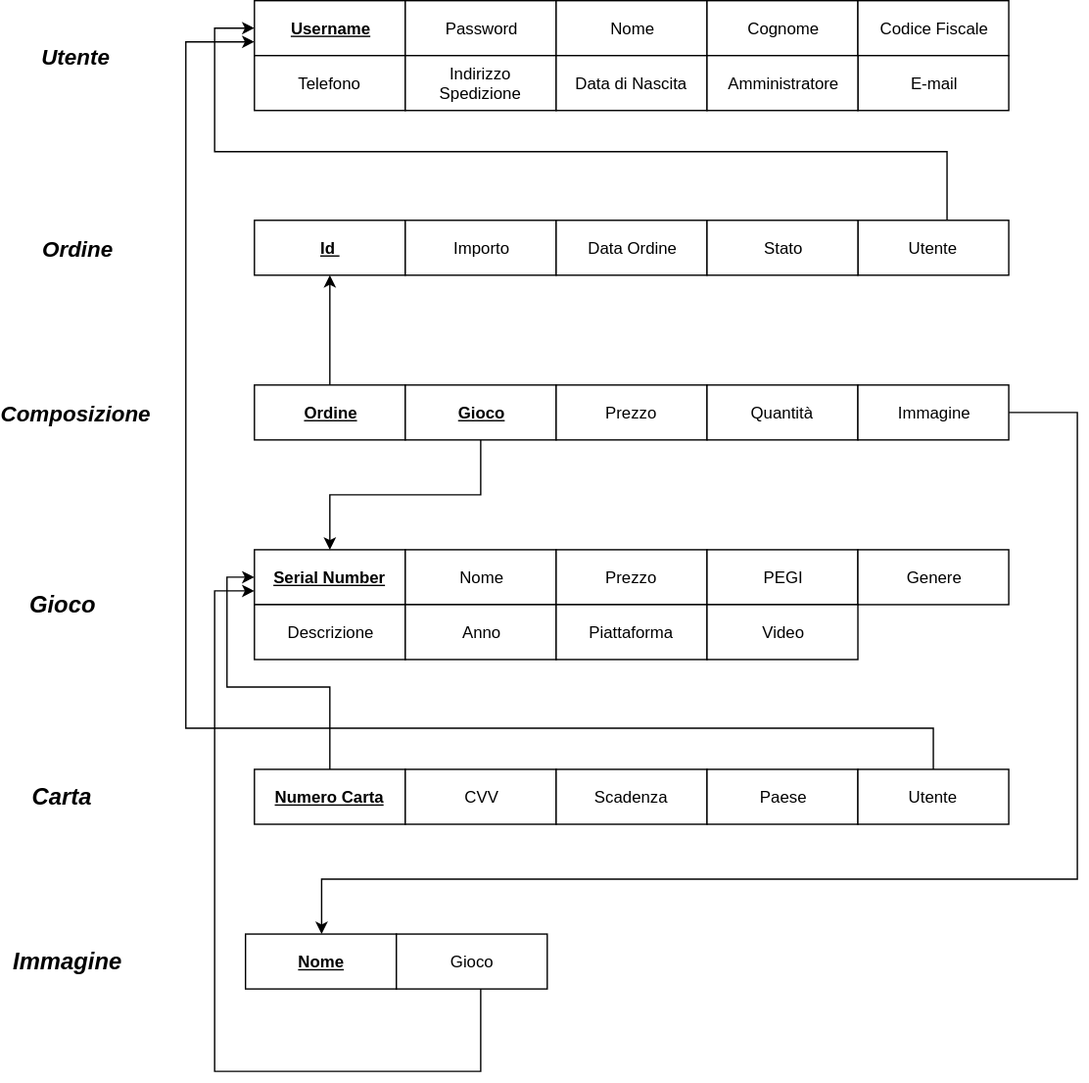
The draw.io diagram Work in progress/SDD/Gestione dati persistenti/Schema Logico v1.0.svg in cosimob28/GamesHub, before a commit. Source tidied: cells renumbered, new cells last; positions are measured from the earlier drawing's top-left corner, leaving out a move shared by most shapes.
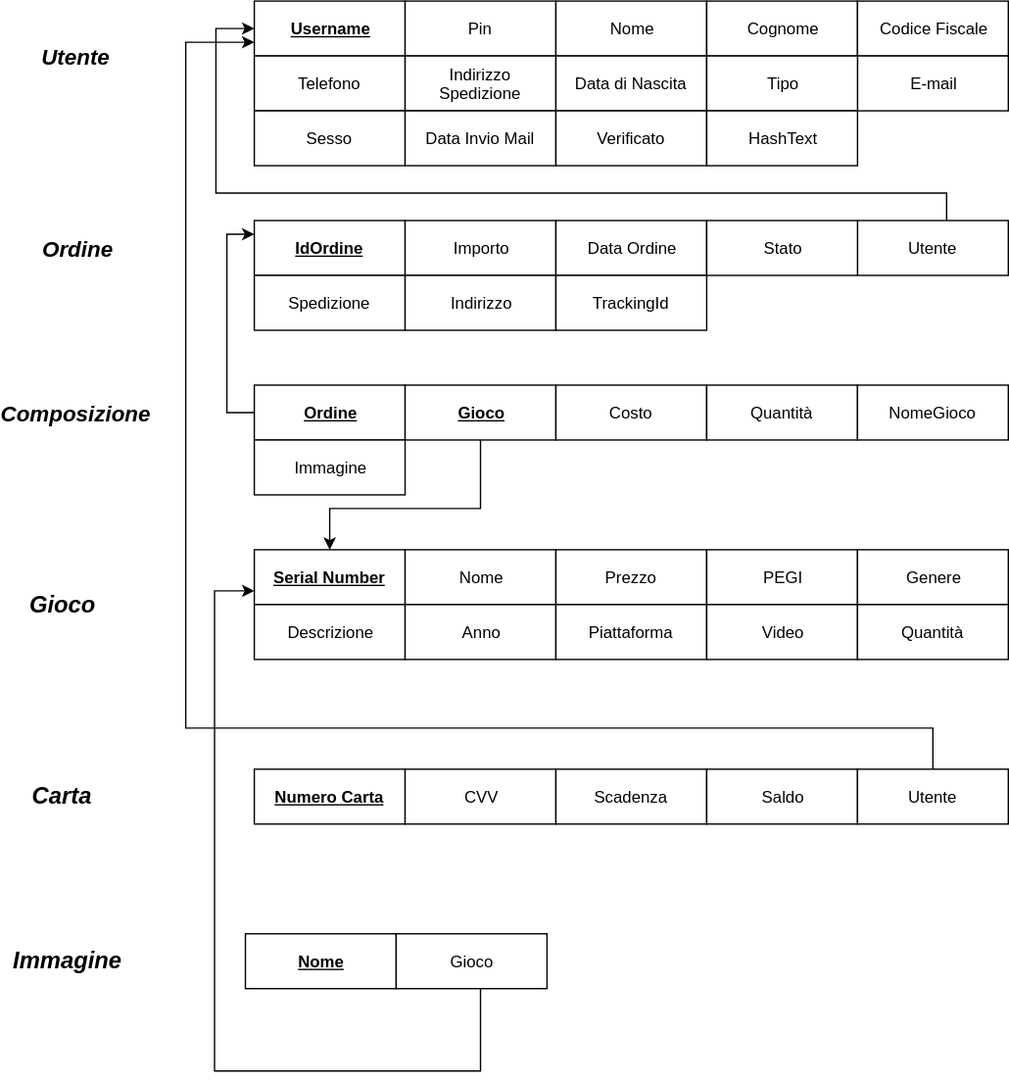
Above is the later version.

The edit, as a diff of the source:
```diff
@@ -8,7 +8,7 @@
     <mxCell id="3" value="&lt;font size=&quot;1&quot;&gt;&lt;b&gt;&lt;i style=&quot;font-size: 16px&quot;&gt;Utente&lt;/i&gt;&lt;/b&gt;&lt;/font&gt;" style="text;html=1;strokeColor=none;fillColor=none;align=center;verticalAlign=middle;whiteSpace=wrap;rounded=0;" parent="1" vertex="1">
       <mxGeometry y="30" width="60" height="20" as="geometry" />
     </mxCell>
-    <mxCell id="4" value="Password" style="rounded=0;whiteSpace=wrap;html=1;" parent="1" vertex="1">
+    <mxCell id="4" value="Pin" style="rounded=0;whiteSpace=wrap;html=1;" parent="1" vertex="1">
       <mxGeometry x="270" width="110" height="40" as="geometry" />
     </mxCell>
     <mxCell id="5" value="Nome" style="rounded=0;whiteSpace=wrap;html=1;" parent="1" vertex="1">
@@ -32,10 +32,10 @@
     <mxCell id="11" value="Data di Nascita" style="rounded=0;whiteSpace=wrap;html=1;" parent="1" vertex="1">
       <mxGeometry x="380" y="40" width="110" height="40" as="geometry" />
     </mxCell>
-    <mxCell id="12" value="Amministratore" style="rounded=0;whiteSpace=wrap;html=1;" parent="1" vertex="1">
+    <mxCell id="12" value="Tipo" style="rounded=0;whiteSpace=wrap;html=1;" parent="1" vertex="1">
       <mxGeometry x="490" y="40" width="110" height="40" as="geometry" />
     </mxCell>
-    <mxCell id="13" value="&lt;b&gt;&lt;u&gt;Id&amp;nbsp;&lt;/u&gt;&lt;/b&gt;" style="rounded=0;whiteSpace=wrap;html=1;" parent="1" vertex="1">
+    <mxCell id="13" value="&lt;b&gt;&lt;u&gt;IdOrdine&lt;/u&gt;&lt;/b&gt;" style="rounded=0;whiteSpace=wrap;html=1;" parent="1" vertex="1">
       <mxGeometry x="160" y="160" width="110" height="40" as="geometry" />
     </mxCell>
     <mxCell id="14" value="Importo" style="rounded=0;whiteSpace=wrap;html=1;" parent="1" vertex="1">
@@ -47,19 +47,29 @@
     <mxCell id="16" value="&lt;font style=&quot;font-size: 16px&quot;&gt;&lt;b&gt;&lt;i&gt;Ordine&lt;/i&gt;&lt;/b&gt;&lt;/font&gt;" style="text;html=1;strokeColor=none;fillColor=none;align=center;verticalAlign=middle;whiteSpace=wrap;rounded=0;" parent="1" vertex="1">
       <mxGeometry x="10" y="170" width="40" height="20" as="geometry" />
     </mxCell>
-    <mxCell id="17" style="edgeStyle=orthogonalEdgeStyle;rounded=0;html=1;entryX=0.5;entryY=1;jettySize=auto;" parent="1" edge="1" source="18" target="13">
-      <mxGeometry relative="1" as="geometry" />
+    <mxCell id="17" style="edgeStyle=orthogonalEdgeStyle;rounded=0;html=1;entryX=0;entryY=0.25;jettySize=auto;entryDx=0;entryDy=0;" parent="1" edge="1" source="18" target="13">
+      <mxGeometry relative="1" as="geometry">
+        <Array as="points">
+          <mxPoint x="140" y="300" />
+          <mxPoint x="140" y="170" />
+        </Array>
+      </mxGeometry>
     </mxCell>
     <mxCell id="18" value="&lt;b&gt;&lt;u&gt;Ordine&lt;/u&gt;&lt;/b&gt;" style="rounded=0;whiteSpace=wrap;html=1;" parent="1" vertex="1">
       <mxGeometry x="160" y="280" width="110" height="40" as="geometry" />
     </mxCell>
     <mxCell id="19" style="edgeStyle=orthogonalEdgeStyle;rounded=0;html=1;jettySize=auto;" parent="1" edge="1" source="20" target="24">
-      <mxGeometry relative="1" as="geometry" />
+      <mxGeometry relative="1" as="geometry">
+        <Array as="points">
+          <mxPoint x="325" y="370" />
+          <mxPoint x="215" y="370" />
+        </Array>
+      </mxGeometry>
     </mxCell>
     <mxCell id="20" value="&lt;u&gt;&lt;b&gt;Gioco&lt;/b&gt;&lt;/u&gt;" style="rounded=0;whiteSpace=wrap;html=1;" parent="1" vertex="1">
       <mxGeometry x="270" y="280" width="110" height="40" as="geometry" />
     </mxCell>
-    <mxCell id="21" value="Prezzo" style="rounded=0;whiteSpace=wrap;html=1;" parent="1" vertex="1">
+    <mxCell id="21" value="Costo" style="rounded=0;whiteSpace=wrap;html=1;" parent="1" vertex="1">
       <mxGeometry x="380" y="280" width="110" height="40" as="geometry" />
     </mxCell>
     <mxCell id="22" value="Quantità" style="rounded=0;whiteSpace=wrap;html=1;" parent="1" vertex="1">
@@ -101,16 +111,6 @@
     <mxCell id="34" value="&lt;span style=&quot;font-size: 17px&quot;&gt;&lt;b&gt;&lt;i&gt;Carta&lt;/i&gt;&lt;/b&gt;&lt;/span&gt;" style="text;html=1;strokeColor=none;fillColor=none;align=center;verticalAlign=middle;whiteSpace=wrap;rounded=0;" parent="1" vertex="1">
       <mxGeometry y="570" width="40" height="20" as="geometry" />
     </mxCell>
-    <mxCell id="35" style="edgeStyle=orthogonalEdgeStyle;rounded=0;html=1;jettySize=auto;" parent="1" edge="1" source="36">
-      <mxGeometry relative="1" as="geometry">
-        <mxPoint x="160" y="420" as="targetPoint" />
-        <Array as="points">
-          <mxPoint x="215" y="500" />
-          <mxPoint x="140" y="500" />
-          <mxPoint x="140" y="420" />
-        </Array>
-      </mxGeometry>
-    </mxCell>
     <mxCell id="36" value="&lt;b&gt;&lt;u&gt;Numero Carta&lt;/u&gt;&lt;/b&gt;" style="rounded=0;whiteSpace=wrap;html=1;" parent="1" vertex="1">
       <mxGeometry x="160" y="560" width="110" height="40" as="geometry" />
     </mxCell>
@@ -138,9 +138,9 @@
     <mxCell id="42" style="edgeStyle=orthogonalEdgeStyle;rounded=0;html=1;jettySize=auto;entryX=0;entryY=0.5;" parent="1" edge="1" source="43" target="2">
       <mxGeometry relative="1" as="geometry">
         <Array as="points">
-          <mxPoint x="665" y="110" />
-          <mxPoint x="131" y="110" />
-          <mxPoint x="131" y="20" />
+          <mxPoint x="665" y="140" />
+          <mxPoint x="132" y="140" />
+          <mxPoint x="132" y="20" />
         </Array>
       </mxGeometry>
     </mxCell>
@@ -150,7 +150,7 @@
     <mxCell id="44" value="Scadenza" style="rounded=0;whiteSpace=wrap;html=1;strokeColor=#000000;" parent="1" vertex="1">
       <mxGeometry x="380" y="560" width="110" height="40" as="geometry" />
     </mxCell>
-    <mxCell id="45" value="Paese" style="rounded=0;whiteSpace=wrap;html=1;strokeColor=#000000;" parent="1" vertex="1">
+    <mxCell id="45" value="Saldo" style="rounded=0;whiteSpace=wrap;html=1;strokeColor=#000000;" parent="1" vertex="1">
       <mxGeometry x="490" y="560" width="110" height="40" as="geometry" />
     </mxCell>
     <mxCell id="46" style="edgeStyle=orthogonalEdgeStyle;rounded=0;html=1;entryX=0;entryY=0.75;entryDx=0;entryDy=0;jettySize=auto;" parent="1" edge="1" source="47" target="2">
@@ -168,17 +168,35 @@
     <mxCell id="48" value="Stato" style="rounded=0;whiteSpace=wrap;html=1;" parent="1" vertex="1">
       <mxGeometry x="490" y="160" width="110" height="40" as="geometry" />
     </mxCell>
-    <mxCell id="49" style="edgeStyle=orthogonalEdgeStyle;rounded=0;html=1;jettySize=auto;" parent="1" edge="1" source="50" target="39">
-      <mxGeometry relative="1" as="geometry">
-        <Array as="points">
-          <mxPoint x="760" y="300" />
-          <mxPoint x="760" y="640" />
-          <mxPoint x="209" y="640" />
-        </Array>
-      </mxGeometry>
-    </mxCell>
-    <mxCell id="50" value="Immagine" style="rounded=0;whiteSpace=wrap;html=1;" parent="1" vertex="1">
+    <mxCell id="50" value="NomeGioco" style="rounded=0;whiteSpace=wrap;html=1;" parent="1" vertex="1">
       <mxGeometry x="600" y="280" width="110" height="40" as="geometry" />
     </mxCell>
+    <mxCell id="51" value="Quantità" style="rounded=0;whiteSpace=wrap;html=1;" parent="1" vertex="1">
+      <mxGeometry x="600" y="440" width="110" height="40" as="geometry" />
+    </mxCell>
+    <mxCell id="52" value="Immagine" style="rounded=0;whiteSpace=wrap;html=1;" parent="1" vertex="1">
+      <mxGeometry x="160" y="320" width="110" height="40" as="geometry" />
+    </mxCell>
+    <mxCell id="53" value="Spedizione" style="rounded=0;whiteSpace=wrap;html=1;" parent="1" vertex="1">
+      <mxGeometry x="160" y="200" width="110" height="40" as="geometry" />
+    </mxCell>
+    <mxCell id="54" value="Indirizzo" style="rounded=0;whiteSpace=wrap;html=1;" parent="1" vertex="1">
+      <mxGeometry x="270" y="200" width="110" height="40" as="geometry" />
+    </mxCell>
+    <mxCell id="55" value="TrackingId" style="rounded=0;whiteSpace=wrap;html=1;" parent="1" vertex="1">
+      <mxGeometry x="380" y="200" width="110" height="40" as="geometry" />
+    </mxCell>
+    <mxCell id="56" value="Sesso" style="rounded=0;whiteSpace=wrap;html=1;" parent="1" vertex="1">
+      <mxGeometry x="160" y="80" width="110" height="40" as="geometry" />
+    </mxCell>
+    <mxCell id="57" value="Data Invio Mail" style="rounded=0;whiteSpace=wrap;html=1;" parent="1" vertex="1">
+      <mxGeometry x="270" y="80" width="110" height="40" as="geometry" />
+    </mxCell>
+    <mxCell id="58" value="Verificato" style="rounded=0;whiteSpace=wrap;html=1;" parent="1" vertex="1">
+      <mxGeometry x="380" y="80" width="110" height="40" as="geometry" />
+    </mxCell>
+    <mxCell id="59" value="HashText" style="rounded=0;whiteSpace=wrap;html=1;" parent="1" vertex="1">
+      <mxGeometry x="490" y="80" width="110" height="40" as="geometry" />
+    </mxCell>
   </root>
 </mxGraphModel>
```
